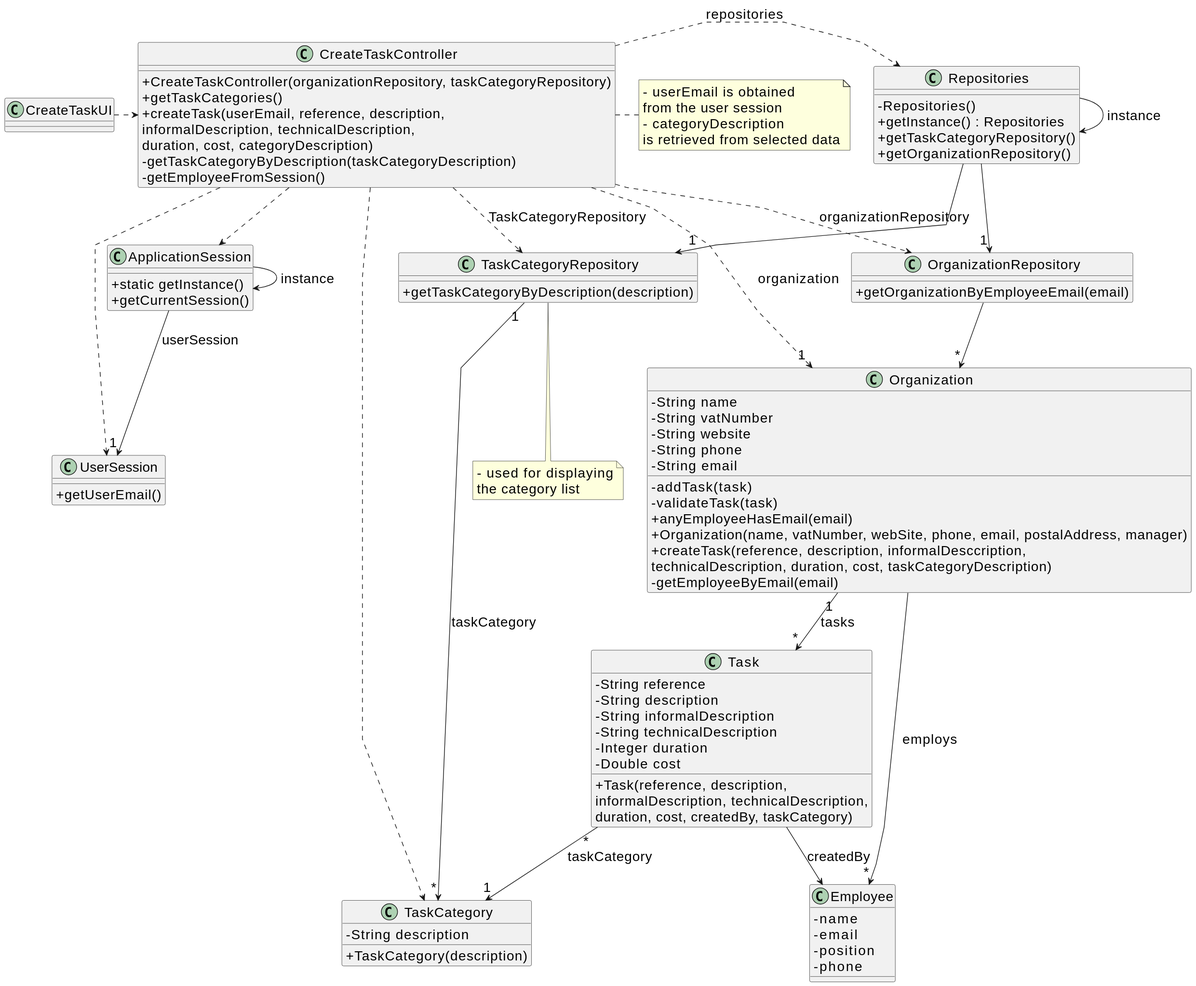
Above: docs/sprint2/us002/03.design/svg/us002-class-diagram.svg in 1231360-ISEP/lei-24-s2-1db-g021 (PlantUML), before the change. Its diagram source:
```plantuml
@startuml
skinparamlocked defaultFontSize 20
skinparam packageStyle rectangle
skinparam shadowing false
skinparam linetype polyline

skinparam classAttributeIconSize 0


class ApplicationSession
{
    + static getInstance()
    + getCurrentSession()
}

class UserSession
{
    + getUserEmail()
}

class Employee {
    - name
    - email
    - position
    - phone
}

class Task {
    - String reference
    - String description
    - String informalDescription
    - String technicalDescription
    - Integer duration
    - Double cost

    + Task(reference, description,\ninformalDescription, technicalDescription,\nduration, cost, createdBy, taskCategory)
}

class TaskCategory {
    - String description

    + TaskCategory(description)
}

class Organization {
    - String name
    - String vatNumber
    - String website
    - String phone
    - String email

    - addTask(task)
    - validateTask(task)
    + anyEmployeeHasEmail(email)
    + Organization(name, vatNumber, webSite, phone, email, postalAddress, manager)
    + createTask(reference, description, informalDesccription,\ntechnicalDescription, duration, cost, taskCategoryDescription)
    - getEmployeeByEmail(email)

}

class TaskCategoryRepository {
    + getTaskCategoryByDescription(description)
}

class OrganizationRepository {
    + getOrganizationByEmployeeEmail(email)
}

class Repositories {
    - Repositories()
    + getInstance() : Repositories
    + getTaskCategoryRepository()
    + getOrganizationRepository()
}

class CreateTaskController {
    + CreateTaskController(organizationRepository, taskCategoryRepository)
    + getTaskCategories()
    + createTask(userEmail, reference, description,\ninformalDescription, technicalDescription,\nduration, cost, categoryDescription)
    - getTaskCategoryByDescription(taskCategoryDescription)
    - getEmployeeFromSession()
}

note right of CreateTaskController
    - userEmail is obtained
    from the user session
    - categoryDescription
    is retrieved from selected data
end note

note bottom of TaskCategoryRepository
    - used for displaying
    the category list
end note

class CreateTaskUI {
}

Repositories -> Repositories : instance
ApplicationSession -> ApplicationSession : instance

CreateTaskUI .> CreateTaskController

CreateTaskController .> Repositories : repositories

Repositories -> "1" TaskCategoryRepository

CreateTaskController ..> TaskCategory
CreateTaskController ..> OrganizationRepository : organizationRepository
CreateTaskController ..> TaskCategoryRepository : TaskCategoryRepository

Repositories --> "1" OrganizationRepository

OrganizationRepository --> "*" Organization
ApplicationSession --> "1" UserSession : userSession

CreateTaskController ..> "1" Organization : organization
CreateTaskController ..> ApplicationSession
CreateTaskController ..> UserSession
Task "*" --> "1" TaskCategory : taskCategory
TaskCategoryRepository "1" --> "*" TaskCategory : taskCategory
Organization "1" --> "*" Task : tasks
Task --> Employee : createdBy

Organization --> "*" Employee : employs
@enduml
```
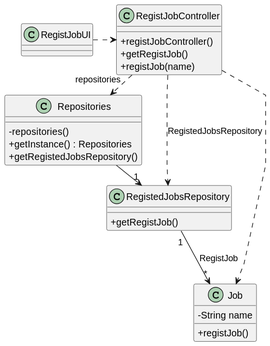
After the commit.

The edit, as a diff of the source:
```diff
@@ -1,126 +1,42 @@
 @startuml
-skinparamlocked defaultFontSize 20
 skinparam packageStyle rectangle
 skinparam shadowing false
 skinparam linetype polyline
-
 skinparam classAttributeIconSize 0
 
-
-class ApplicationSession
-{
-    + static getInstance()
-    + getCurrentSession()
+class Job {
+    - String name
+    + registJob()
 }
 
-class UserSession
-{
-    + getUserEmail()
-}
-
-class Employee {
-    - name
-    - email
-    - position
-    - phone
-}
-
-class Task {
-    - String reference
-    - String description
-    - String informalDescription
-    - String technicalDescription
-    - Integer duration
-    - Double cost
-
-    + Task(reference, description,\ninformalDescription, technicalDescription,\nduration, cost, createdBy, taskCategory)
-}
-
-class TaskCategory {
-    - String description
-
-    + TaskCategory(description)
-}
-
-class Organization {
-    - String name
-    - String vatNumber
-    - String website
-    - String phone
-    - String email
-
-    - addTask(task)
-    - validateTask(task)
-    + anyEmployeeHasEmail(email)
-    + Organization(name, vatNumber, webSite, phone, email, postalAddress, manager)
-    + createTask(reference, description, informalDesccription,\ntechnicalDescription, duration, cost, taskCategoryDescription)
-    - getEmployeeByEmail(email)
-
-}
-
-class TaskCategoryRepository {
-    + getTaskCategoryByDescription(description)
-}
-
-class OrganizationRepository {
-    + getOrganizationByEmployeeEmail(email)
+class RegistedJobsRepository {
+    + getRegistJob()
 }
 
 class Repositories {
-    - Repositories()
+    - repositories()
     + getInstance() : Repositories
-    + getTaskCategoryRepository()
-    + getOrganizationRepository()
+    + getRegistedJobsRepository()
 }
 
-class CreateTaskController {
-    + CreateTaskController(organizationRepository, taskCategoryRepository)
-    + getTaskCategories()
-    + createTask(userEmail, reference, description,\ninformalDescription, technicalDescription,\nduration, cost, categoryDescription)
-    - getTaskCategoryByDescription(taskCategoryDescription)
-    - getEmployeeFromSession()
+class RegistJobController {
+    + registJobController()
+    + getRegistJob()
+    + registJob(name)
 }
 
-note right of CreateTaskController
-    - userEmail is obtained
-    from the user session
-    - categoryDescription
-    is retrieved from selected data
-end note
-
-note bottom of TaskCategoryRepository
-    - used for displaying
-    the category list
-end note
-
-class CreateTaskUI {
+class RegistJobUI {
 }
 
-Repositories -> Repositories : instance
-ApplicationSession -> ApplicationSession : instance
+RegistJobUI .> RegistJobController
 
-CreateTaskUI .> CreateTaskController
+RegistJobController .> Repositories : repositories
 
-CreateTaskController .> Repositories : repositories
+Repositories -> "1" RegistedJobsRepository
 
-Repositories -> "1" TaskCategoryRepository
+RegistJobController ..> Job
+RegistJobController ..> RegistedJobsRepository : RegistedJobsRepository
 
-CreateTaskController ..> TaskCategory
-CreateTaskController ..> OrganizationRepository : organizationRepository
-CreateTaskController ..> TaskCategoryRepository : TaskCategoryRepository
 
-Repositories --> "1" OrganizationRepository
-
-OrganizationRepository --> "*" Organization
-ApplicationSession --> "1" UserSession : userSession
-
-CreateTaskController ..> "1" Organization : organization
-CreateTaskController ..> ApplicationSession
-CreateTaskController ..> UserSession
-Task "*" --> "1" TaskCategory : taskCategory
-TaskCategoryRepository "1" --> "*" TaskCategory : taskCategory
-Organization "1" --> "*" Task : tasks
-Task --> Employee : createdBy
-
-Organization --> "*" Employee : employs
+RegistedJobsRepository "1" --> "*" Job : RegistJob
 @enduml
```
